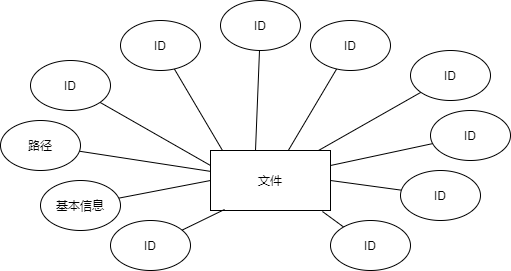
deepinsea/draw keeps this draw.io diagram as 文件实体E-R图.png. Above is the earlier version. Source tidied: cells renumbered, new cells last; positions are measured from the earlier drawing's top-left corner, leaving out a move shared by most shapes.
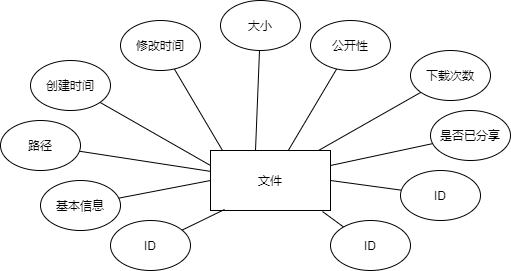
Above is the later version.

Commit message:
更新文件实体E-R图.png

The edit, as a diff of the source:
```diff
@@ -26,37 +26,37 @@
     <mxCell id="9" style="edgeStyle=none;rounded=0;jettySize=auto;html=1;entryX=0;entryY=0.25;entryDx=0;entryDy=0;endArrow=none;endFill=0;" parent="1" edge="1" source="10" target="2">
       <mxGeometry relative="1" as="geometry" />
     </mxCell>
-    <mxCell id="10" value="ID" style="ellipse;whiteSpace=wrap;html=1;" parent="1" vertex="1">
+    <mxCell id="10" value="创建时间" style="ellipse;whiteSpace=wrap;html=1;" parent="1" vertex="1">
       <mxGeometry x="30" y="60" width="80" height="50" as="geometry" />
     </mxCell>
     <mxCell id="11" style="edgeStyle=none;rounded=0;jettySize=auto;html=1;entryX=0.1;entryY=0;entryDx=0;entryDy=0;entryPerimeter=0;endArrow=none;endFill=0;" parent="1" edge="1" source="12" target="2">
       <mxGeometry relative="1" as="geometry" />
     </mxCell>
-    <mxCell id="12" value="ID" style="ellipse;whiteSpace=wrap;html=1;" parent="1" vertex="1">
+    <mxCell id="12" value="修改时间" style="ellipse;whiteSpace=wrap;html=1;" parent="1" vertex="1">
       <mxGeometry x="120" y="20" width="80" height="50" as="geometry" />
     </mxCell>
     <mxCell id="13" style="edgeStyle=none;rounded=0;jettySize=auto;html=1;entryX=0.375;entryY=0;entryDx=0;entryDy=0;entryPerimeter=0;endArrow=none;endFill=0;" parent="1" edge="1" source="14" target="2">
       <mxGeometry relative="1" as="geometry" />
     </mxCell>
-    <mxCell id="14" value="ID" style="ellipse;whiteSpace=wrap;html=1;" parent="1" vertex="1">
+    <mxCell id="14" value="大小" style="ellipse;whiteSpace=wrap;html=1;" parent="1" vertex="1">
       <mxGeometry x="220" width="80" height="50" as="geometry" />
     </mxCell>
     <mxCell id="15" style="edgeStyle=none;rounded=0;jettySize=auto;html=1;endArrow=none;endFill=0;" parent="1" edge="1" source="16" target="2">
       <mxGeometry relative="1" as="geometry" />
     </mxCell>
-    <mxCell id="16" value="ID" style="ellipse;whiteSpace=wrap;html=1;" parent="1" vertex="1">
+    <mxCell id="16" value="公开性" style="ellipse;whiteSpace=wrap;html=1;" parent="1" vertex="1">
       <mxGeometry x="310" y="20" width="80" height="50" as="geometry" />
     </mxCell>
     <mxCell id="17" style="edgeStyle=none;rounded=0;jettySize=auto;html=1;entryX=0.9;entryY=0;entryDx=0;entryDy=0;entryPerimeter=0;endArrow=none;endFill=0;" parent="1" edge="1" source="18" target="2">
       <mxGeometry relative="1" as="geometry" />
     </mxCell>
-    <mxCell id="18" value="ID" style="ellipse;whiteSpace=wrap;html=1;" parent="1" vertex="1">
+    <mxCell id="18" value="下载次数" style="ellipse;whiteSpace=wrap;html=1;" parent="1" vertex="1">
       <mxGeometry x="410" y="50" width="80" height="50" as="geometry" />
     </mxCell>
     <mxCell id="19" style="edgeStyle=none;rounded=0;jettySize=auto;html=1;entryX=1;entryY=0.25;entryDx=0;entryDy=0;endArrow=none;endFill=0;" parent="1" edge="1" source="20" target="2">
       <mxGeometry relative="1" as="geometry" />
     </mxCell>
-    <mxCell id="20" value="ID" style="ellipse;whiteSpace=wrap;html=1;" parent="1" vertex="1">
+    <mxCell id="20" value="是否已分享" style="ellipse;whiteSpace=wrap;html=1;" parent="1" vertex="1">
       <mxGeometry x="430" y="110" width="80" height="50" as="geometry" />
     </mxCell>
     <mxCell id="21" style="edgeStyle=none;rounded=0;jettySize=auto;html=1;entryX=1;entryY=0.5;entryDx=0;entryDy=0;endArrow=none;endFill=0;" parent="1" edge="1" source="22" target="2">
```
